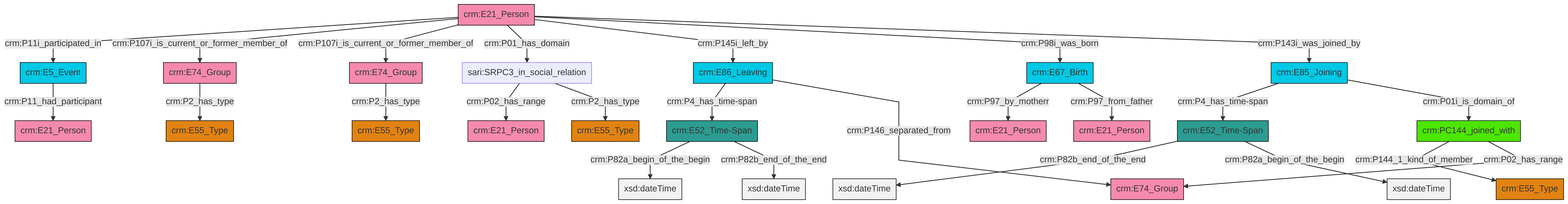
swiss-art-research-net/reference-data-models keeps this Mermaid diagram as et/personCSV/ttl/mmd/png/Person_Actor_Relations.png. Above is the earlier version. Its source is kept beside it as et/personCSV/ttl/mmd/Person_Actor_Relations.ttl.mmd.
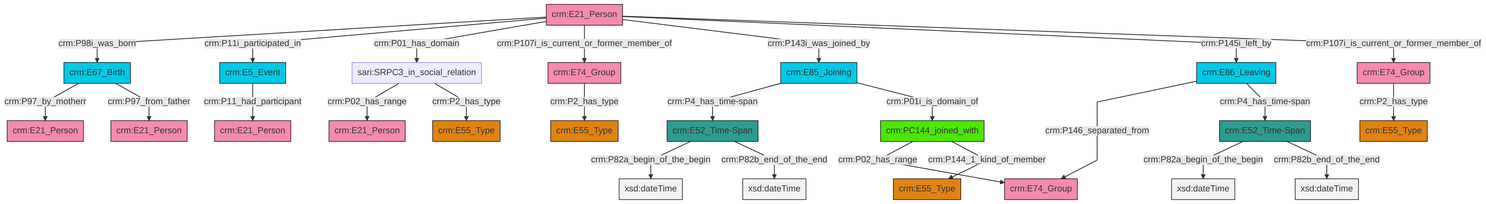
The same diagram one commit later.

Diff of the diagram source:
```diff
@@ -13,27 +13,27 @@
 classDef PC_Classes fill:#4ce600, stroke:#000000;
 classDef Multi fill:#cccccc,stroke:#000000;
 
-6["crm:E85_Joining"]:::Temporal_Entity -->|crm:P4_has_time-span| 7["crm:E52_Time-Span"]:::Time-Span
-6["crm:E85_Joining"]:::Temporal_Entity -->|crm:P01i_is_domain_of| 8["crm:PC144_joined_with"]:::PC_Classes
-9["crm:E21_Person"]:::Actor -->|crm:P11i_participated_in| 0["crm:E5_Event"]:::Temporal_Entity
-9["crm:E21_Person"]:::Actor -->|crm:P107i_is_current_or_former_member_of| 10["crm:E74_Group"]:::Actor
-9["crm:E21_Person"]:::Actor -->|crm:P107i_is_current_or_former_member_of| 12["crm:E74_Group"]:::Actor
-9["crm:E21_Person"]:::Actor -->|crm:P01_has_domain| 18["sari:SRPC3_in_social_relation"]:::Default
-8["crm:PC144_joined_with"]:::PC_Classes -->|crm:P144_1_kind_of_member| 2["crm:E55_Type"]:::Type
-8["crm:PC144_joined_with"]:::PC_Classes -->|crm:P02_has_range| 19["crm:E74_Group"]:::Actor
-0["crm:E5_Event"]:::Temporal_Entity -->|crm:P11_had_participant| 21["crm:E21_Person"]:::Actor
-13["crm:E52_Time-Span"]:::Time-Span -->|crm:P82a_begin_of_the_begin| 23[xsd:dateTime]:::Literal
-25["crm:E86_Leaving"]:::Temporal_Entity -->|crm:P4_has_time-span| 13["crm:E52_Time-Span"]:::Time-Span
-28["crm:E67_Birth"]:::Temporal_Entity -->|crm:P97_by_motherr| 29["crm:E21_Person"]:::Actor
-18["sari:SRPC3_in_social_relation"]:::Default -->|crm:P02_has_range| 4["crm:E21_Person"]:::Actor
-12["crm:E74_Group"]:::Actor -->|crm:P2_has_type| 16["crm:E55_Type"]:::Type
-7["crm:E52_Time-Span"]:::Time-Span -->|crm:P82b_end_of_the_end| 31[xsd:dateTime]:::Literal
-9["crm:E21_Person"]:::Actor -->|crm:P145i_left_by| 25["crm:E86_Leaving"]:::Temporal_Entity
-28["crm:E67_Birth"]:::Temporal_Entity -->|crm:P97_from_father| 26["crm:E21_Person"]:::Actor
-10["crm:E74_Group"]:::Actor -->|crm:P2_has_type| 33["crm:E55_Type"]:::Type
-18["sari:SRPC3_in_social_relation"]:::Default -->|crm:P2_has_type| 39["crm:E55_Type"]:::Type
-9["crm:E21_Person"]:::Actor -->|crm:P98i_was_born| 28["crm:E67_Birth"]:::Temporal_Entity
-25["crm:E86_Leaving"]:::Temporal_Entity -->|crm:P146_separated_from| 19["crm:E74_Group"]:::Actor
-7["crm:E52_Time-Span"]:::Time-Span -->|crm:P82a_begin_of_the_begin| 42[xsd:dateTime]:::Literal
-9["crm:E21_Person"]:::Actor -->|crm:P143i_was_joined_by| 6["crm:E85_Joining"]:::Temporal_Entity
-13["crm:E52_Time-Span"]:::Time-Span -->|crm:P82b_end_of_the_end| 43[xsd:dateTime]:::Literal
+0["crm:E85_Joining"]:::Temporal_Entity -->|crm:P4_has_time-span| 1["crm:E52_Time-Span"]:::Time-Span
+10["crm:E21_Person"]:::Actor -->|crm:P98i_was_born| 11["crm:E67_Birth"]:::Temporal_Entity
+10["crm:E21_Person"]:::Actor -->|crm:P11i_participated_in| 14["crm:E5_Event"]:::Temporal_Entity
+2["sari:SRPC3_in_social_relation"]:::Default -->|crm:P02_has_range| 15["crm:E21_Person"]:::Actor
+0["crm:E85_Joining"]:::Temporal_Entity -->|crm:P01i_is_domain_of| 8["crm:PC144_joined_with"]:::PC_Classes
+17["crm:E86_Leaving"]:::Temporal_Entity -->|crm:P146_separated_from| 24["crm:E74_Group"]:::Actor
+8["crm:PC144_joined_with"]:::PC_Classes -->|crm:P02_has_range| 24["crm:E74_Group"]:::Actor
+27["crm:E52_Time-Span"]:::Time-Span -->|crm:P82a_begin_of_the_begin| 28[xsd:dateTime]:::Literal
+2["sari:SRPC3_in_social_relation"]:::Default -->|crm:P2_has_type| 4["crm:E55_Type"]:::Type
+10["crm:E21_Person"]:::Actor -->|crm:P01_has_domain| 2["sari:SRPC3_in_social_relation"]:::Default
+1["crm:E52_Time-Span"]:::Time-Span -->|crm:P82a_begin_of_the_begin| 30[xsd:dateTime]:::Literal
+14["crm:E5_Event"]:::Temporal_Entity -->|crm:P11_had_participant| 33["crm:E21_Person"]:::Actor
+10["crm:E21_Person"]:::Actor -->|crm:P107i_is_current_or_former_member_of| 34["crm:E74_Group"]:::Actor
+10["crm:E21_Person"]:::Actor -->|crm:P143i_was_joined_by| 0["crm:E85_Joining"]:::Temporal_Entity
+20["crm:E74_Group"]:::Actor -->|crm:P2_has_type| 36["crm:E55_Type"]:::Type
+10["crm:E21_Person"]:::Actor -->|crm:P145i_left_by| 17["crm:E86_Leaving"]:::Temporal_Entity
+27["crm:E52_Time-Span"]:::Time-Span -->|crm:P82b_end_of_the_end| 39[xsd:dateTime]:::Literal
+34["crm:E74_Group"]:::Actor -->|crm:P2_has_type| 37["crm:E55_Type"]:::Type
+17["crm:E86_Leaving"]:::Temporal_Entity -->|crm:P4_has_time-span| 27["crm:E52_Time-Span"]:::Time-Span
+10["crm:E21_Person"]:::Actor -->|crm:P107i_is_current_or_former_member_of| 20["crm:E74_Group"]:::Actor
+11["crm:E67_Birth"]:::Temporal_Entity -->|crm:P97_by_motherr| 22["crm:E21_Person"]:::Actor
+11["crm:E67_Birth"]:::Temporal_Entity -->|crm:P97_from_father| 31["crm:E21_Person"]:::Actor
+1["crm:E52_Time-Span"]:::Time-Span -->|crm:P82b_end_of_the_end| 43[xsd:dateTime]:::Literal
+8["crm:PC144_joined_with"]:::PC_Classes -->|crm:P144_1_kind_of_member| 6["crm:E55_Type"]:::Type
```
